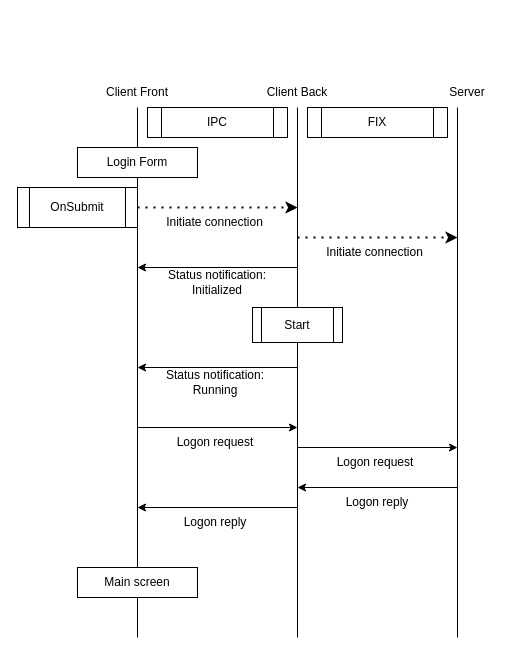
Above: page "IPC protocol" (3 of 3) of schema.drawio in DipStax/FIX4.2-protocol (draw.io), before the change. Source tidied: cells renumbered, new cells numbered last; positions are measured from the earlier drawing's top-left corner, leaving out a move shared by most shapes. Both pictures are drawn from the tidied source at 100%, with x=0, y=0 at pixel (17, 77).
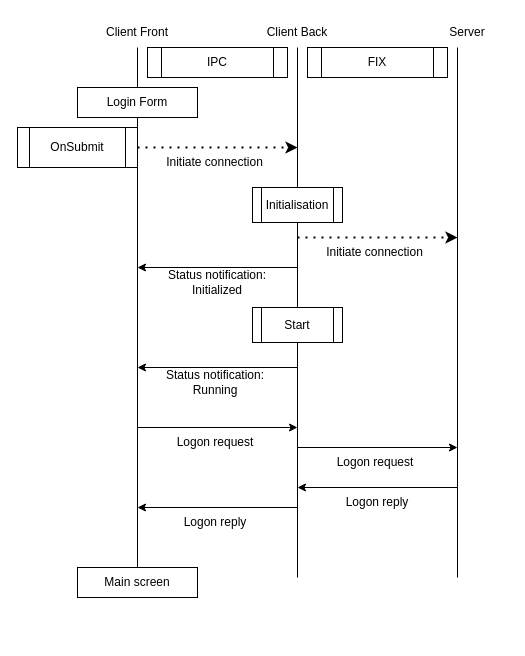
The same page after the edit.

Change to the diagram source:
```diff
@@
     <mxCell id="2" style="endArrow=none;html=1;" parent="1" edge="1">
       <mxGeometry relative="1" as="geometry">
-        <mxPoint x="120" y="560" as="sourcePoint" />
-        <mxPoint x="120" y="30" as="targetPoint" />
+        <mxPoint x="120" y="500" as="sourcePoint" />
+        <mxPoint x="120" y="-30" as="targetPoint" />
       </mxGeometry>
     </mxCell>
     <mxCell id="3" style="endArrow=none;html=1;" parent="1" edge="1">
       <mxGeometry relative="1" as="geometry">
-        <mxPoint x="280" y="560" as="sourcePoint" />
-        <mxPoint x="280" y="30" as="targetPoint" />
+        <mxPoint x="280" y="500" as="sourcePoint" />
+        <mxPoint x="280" y="-30" as="targetPoint" />
       </mxGeometry>
     </mxCell>
     <mxCell id="4" style="endArrow=none;html=1;" parent="1" edge="1">
       <mxGeometry relative="1" as="geometry">
-        <mxPoint x="440" y="560" as="sourcePoint" />
-        <mxPoint x="440" y="30" as="targetPoint" />
+        <mxPoint x="440" y="500" as="sourcePoint" />
+        <mxPoint x="440" y="-30" as="targetPoint" />
       </mxGeometry>
     </mxCell>
     <mxCell id="5" value="Client Front" style="text;strokeColor=none;fillColor=none;align=center;verticalAlign=middle;spacingLeft=4;spacingRight=4;overflow=hidden;whiteSpace=wrap;html=1;" parent="1" vertex="1">
-      <mxGeometry x="80" width="80" height="30" as="geometry" />
+      <mxGeometry x="80" y="-60" width="80" height="30" as="geometry" />
     </mxCell>
     <mxCell id="6" value="Client Back" style="text;strokeColor=none;fillColor=none;align=center;verticalAlign=middle;spacingLeft=4;spacingRight=4;overflow=hidden;whiteSpace=wrap;html=1;" parent="1" vertex="1">
-      <mxGeometry x="240" width="80" height="30" as="geometry" />
+      <mxGeometry x="240" y="-60" width="80" height="30" as="geometry" />
     </mxCell>
     <mxCell id="7" value="Server" style="text;strokeColor=none;fillColor=none;align=center;verticalAlign=middle;spacingLeft=4;spacingRight=4;overflow=hidden;whiteSpace=wrap;html=1;" parent="1" vertex="1">
-      <mxGeometry x="410" width="80" height="30" as="geometry" />
+      <mxGeometry x="410" y="-60" width="80" height="30" as="geometry" />
     </mxCell>
     <mxCell id="8" value="FIX" style="shape=process;whiteSpace=wrap;html=1;backgroundOutline=1;" parent="1" vertex="1">
-      <mxGeometry x="290" y="30" width="140" height="30" as="geometry" />
+      <mxGeometry x="290" y="-30" width="140" height="30" as="geometry" />
     </mxCell>
     <mxCell id="9" value="IPC" style="shape=process;whiteSpace=wrap;html=1;backgroundOutline=1;" parent="1" vertex="1">
-      <mxGeometry x="130" y="30" width="140" height="30" as="geometry" />
+      <mxGeometry x="130" y="-30" width="140" height="30" as="geometry" />
     </mxCell>
     <mxCell id="10" value="Login Form" style="rounded=0;whiteSpace=wrap;html=1;" parent="1" vertex="1">
-      <mxGeometry x="60" y="70" width="120" height="30" as="geometry" />
+      <mxGeometry x="60" y="10" width="120" height="30" as="geometry" />
     </mxCell>
     <mxCell id="11" value="OnSubmit" style="shape=process;whiteSpace=wrap;html=1;backgroundOutline=1;" parent="1" vertex="1">
-      <mxGeometry y="110" width="120" height="40" as="geometry" />
+      <mxGeometry y="50" width="120" height="40" as="geometry" />
     </mxCell>
     <mxCell id="12" style="endArrow=classic;dashed=1;html=1;dashPattern=1 3;strokeWidth=2;exitX=1;exitY=0.5;exitDx=0;exitDy=0;endFill=1;" parent="1" edge="1" source="11">
       <mxGeometry relative="1" as="geometry">
-        <mxPoint x="280" y="130" as="targetPoint" />
+        <mxPoint x="280" y="70" as="targetPoint" />
       </mxGeometry>
     </mxCell>
     <mxCell id="13" value="Initiate connection" style="text;html=1;align=center;verticalAlign=middle;whiteSpace=wrap;rounded=0;" parent="1" vertex="1">
-      <mxGeometry x="145" y="130" width="105" height="30" as="geometry" />
+      <mxGeometry x="145" y="70" width="105" height="30" as="geometry" />
     </mxCell>
@@
+    <mxCell id="30" value="Initialisation" style="shape=process;whiteSpace=wrap;html=1;backgroundOutline=1;" parent="1" vertex="1">
+      <mxGeometry x="235" y="110" width="90" height="35" as="geometry" />
+    </mxCell>
```
